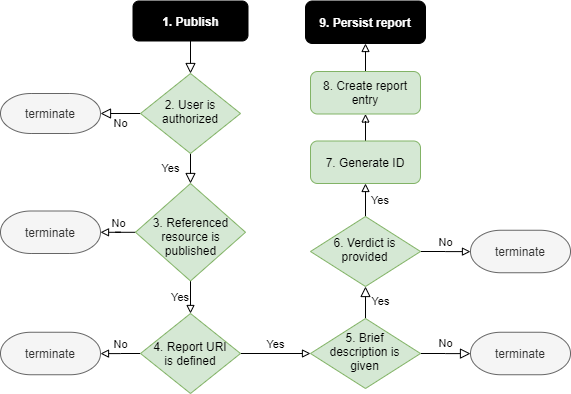
Earlier version of the draw.io export resource-assurer/docs/report-publish-action-flow-chart.png (PoladMahmudov/master-thesis). Source tidied: cells renumbered, new cells last; positions are measured from the earlier drawing's top-left corner, leaving out a move shared by most shapes.
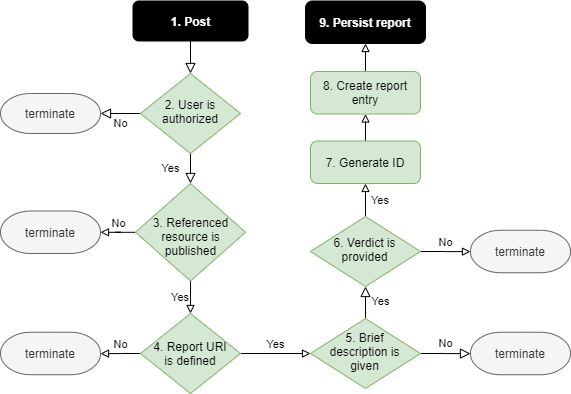
After the change.

Diff of the diagram source:
```diff
@@ -5,7 +5,7 @@
     <mxCell id="2" style="rounded=0;html=1;jettySize=auto;fontSize=11;endArrow=block;endFill=0;endSize=8;strokeWidth=1;shadow=0;labelBackgroundColor=none;edgeStyle=orthogonalEdgeStyle;" parent="1" edge="1" source="3" target="6">
       <mxGeometry relative="1" as="geometry" />
     </mxCell>
-    <mxCell id="3" value="1. Publish" style="rounded=1;whiteSpace=wrap;html=1;fontSize=12;glass=0;strokeWidth=1;shadow=0;fillColor=#000000;fontColor=#FFFFFF;fontStyle=1;" parent="1" vertex="1">
+    <mxCell id="3" value="1. Post" style="rounded=1;whiteSpace=wrap;html=1;fontSize=12;glass=0;strokeWidth=1;shadow=0;fillColor=#000000;fontColor=#FFFFFF;fontStyle=1;" parent="1" vertex="1">
       <mxGeometry x="132.5" y="-0.5" width="115" height="40" as="geometry" />
     </mxCell>
     <mxCell id="4" value="Yes" style="rounded=0;html=1;jettySize=auto;fontSize=11;endArrow=block;endFill=0;endSize=8;strokeWidth=1;shadow=0;labelBackgroundColor=none;edgeStyle=orthogonalEdgeStyle;" parent="1" edge="1" source="6" target="15">
```
